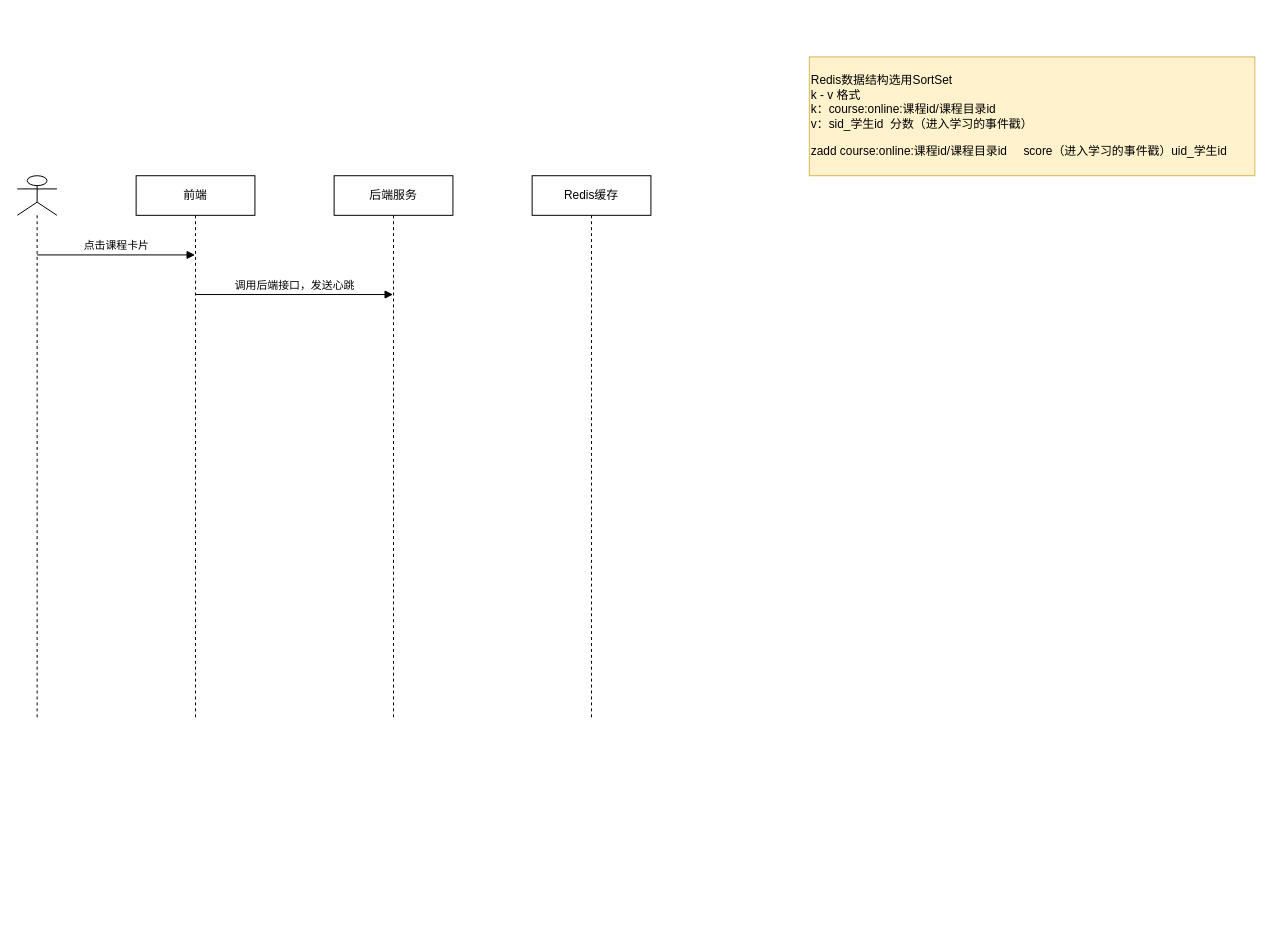
Above: 实时统计课程学习人数.drawio in niuxiaocong/knowledage-notes (draw.io), before the change. Source tidied: cells renumbered, new cells numbered last; positions are measured from the earlier drawing's top-left corner, leaving out a move shared by most shapes. Both pictures are drawn from the tidied source at 99%, with x=0, y=0 at pixel (17, 56).
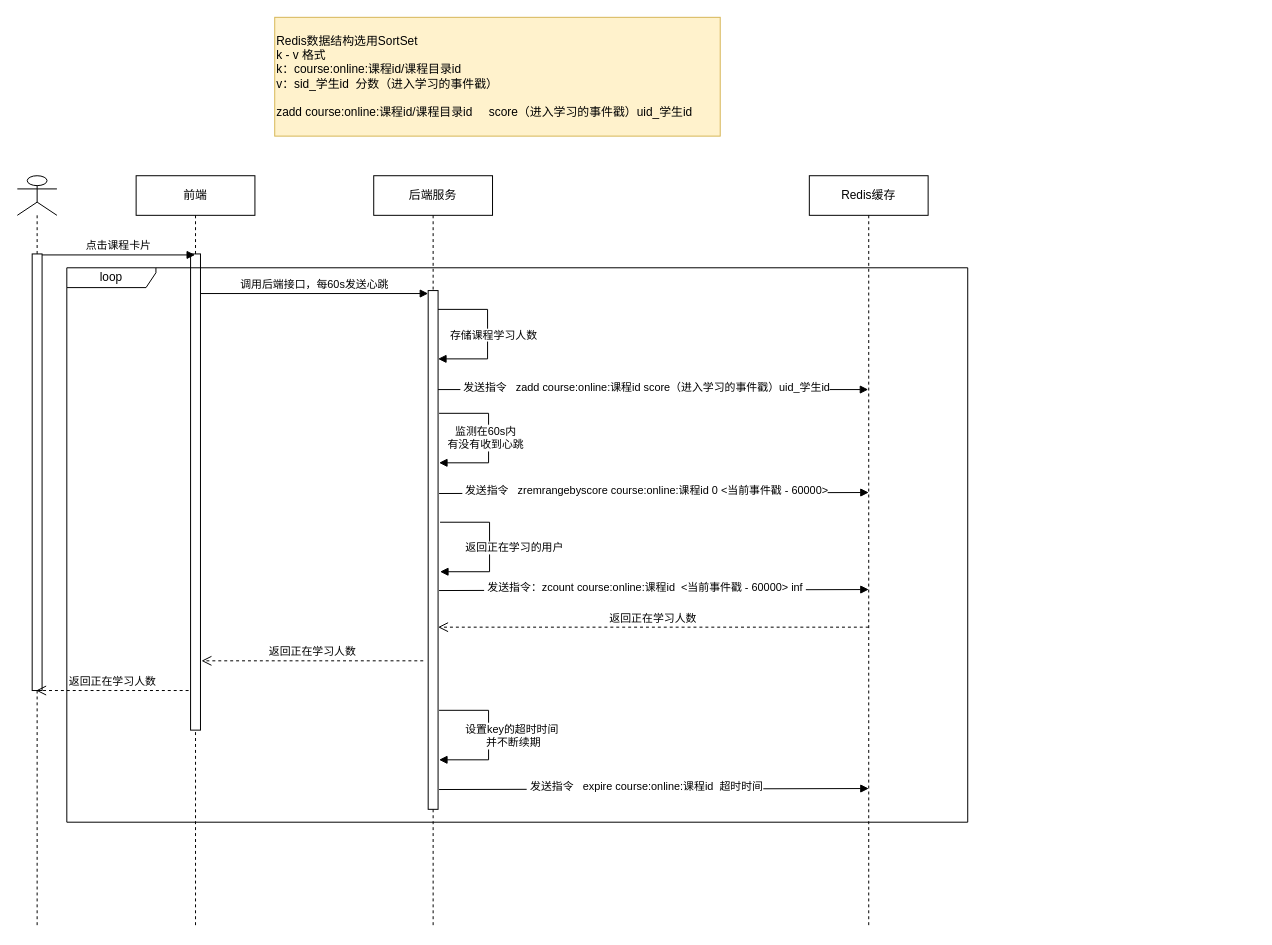
After the change.

Commit message (it also covers changes not shown here):
更新实时统计课程学习人数.drawio

The edit, as a diff of the source:
```diff
@@
     <mxCell id="2" value="前端" style="shape=umlLifeline;perimeter=lifelinePerimeter;whiteSpace=wrap;html=1;newEdgeStyle={&quot;curved&quot;:0,&quot;rounded&quot;:0};" parent="1" vertex="1">
-      <mxGeometry x="120" y="120" width="120" height="550" as="geometry" />
+      <mxGeometry x="120" y="120" width="120" height="760" as="geometry" />
     </mxCell>
+    <mxCell id="9" style="html=1;perimeter=orthogonalPerimeter;targetShapes=umlLifeline;newEdgeStyle={&quot;curved&quot;:0,&quot;rounded&quot;:0};" parent="2" vertex="1">
+      <mxGeometry x="55" y="79" width="10" height="481" as="geometry" />
+    </mxCell>
     <mxCell id="3" value="后端服务" style="shape=umlLifeline;perimeter=lifelinePerimeter;whiteSpace=wrap;html=1;outlineConnect=0;portConstraint=eastwest;newEdgeStyle={&quot;curved&quot;:0,&quot;rounded&quot;:0};" parent="1" vertex="1">
-      <mxGeometry x="320" y="120" width="120" height="550" as="geometry" />
+      <mxGeometry x="360" y="120" width="120" height="760" as="geometry" />
     </mxCell>
+    <mxCell id="10" style="html=1;points=[[0,0,0,0,5],[0,1,0,0,-5],[1,0,0,0,5],[1,1,0,0,-5]];perimeter=orthogonalPerimeter;outlineConnect=0;targetShapes=umlLifeline;portConstraint=eastwest;newEdgeStyle={&quot;curved&quot;:0,&quot;rounded&quot;:0};" parent="3" vertex="1">
+      <mxGeometry x="55" y="116" width="10" height="524" as="geometry" />
+    </mxCell>
     <mxCell id="4" value="Redis缓存" style="shape=umlLifeline;perimeter=lifelinePerimeter;whiteSpace=wrap;html=1;outlineConnect=0;portConstraint=eastwest;newEdgeStyle={&quot;curved&quot;:0,&quot;rounded&quot;:0};" parent="1" vertex="1">
-      <mxGeometry x="520" y="120" width="120" height="550" as="geometry" />
+      <mxGeometry x="800" y="120" width="120" height="760" as="geometry" />
     </mxCell>
     <mxCell id="5" style="shape=umlLifeline;perimeter=lifelinePerimeter;whiteSpace=wrap;html=1;newEdgeStyle={&quot;curved&quot;:0,&quot;rounded&quot;:0};participant=umlActor;" parent="1" vertex="1">
-      <mxGeometry y="120" width="40" height="550" as="geometry" />
+      <mxGeometry y="120" width="40" height="760" as="geometry" />
     </mxCell>
+    <mxCell id="11" style="html=1;points=[[0,0,0,0,5],[0,1,0,0,-5],[1,0,0,0,5],[1,1,0,0,-5]];perimeter=orthogonalPerimeter;outlineConnect=0;targetShapes=umlLifeline;portConstraint=eastwest;newEdgeStyle={&quot;curved&quot;:0,&quot;rounded&quot;:0};" parent="5" vertex="1">
+      <mxGeometry x="15" y="79" width="10" height="441" as="geometry" />
+    </mxCell>
-    <mxCell id="6" value="点击课程卡片" style="html=1;verticalAlign=bottom;endArrow=block;curved=0;rounded=0;" parent="1" edge="1">
+    <mxCell id="6" value="点击课程卡片" style="html=1;verticalAlign=bottom;endArrow=block;curved=0;rounded=0;" parent="1" edge="1" source="11">
       <mxGeometry relative="1" as="geometry">
-        <mxPoint x="20" y="200" as="sourcePoint" />
         <mxPoint x="179.5" y="200" as="targetPoint" />
       </mxGeometry>
     </mxCell>
-    <mxCell id="7" value="调用后端接口，发送心跳" style="html=1;verticalAlign=bottom;endArrow=block;curved=0;rounded=0;" parent="1" edge="1" target="3">
+    <mxCell id="7" value="调用后端接口，每60s发送心跳" style="html=1;verticalAlign=bottom;endArrow=block;curved=0;rounded=0;" parent="1" edge="1" target="10">
       <mxGeometry relative="1" as="geometry">
-        <mxPoint x="180" y="240" as="sourcePoint" />
+        <mxPoint x="185" y="239" as="sourcePoint" />
       </mxGeometry>
     </mxCell>
     <mxCell id="8" value="Redis数据结构选用SortSet&lt;br&gt;k - v 格式&lt;br&gt;k：course:online:课程id/课程目录id&lt;br&gt;v：sid_学生id&amp;nbsp; 分数（进入学习的事件戳）&lt;br&gt;&lt;br&gt;zadd course:online:课程id/课程目录id&amp;nbsp; &amp;nbsp; &amp;nbsp;score（进入学习的事件戳）uid_学生id&amp;nbsp;" style="html=1;whiteSpace=wrap;fillColor=#fff2cc;strokeColor=#d6b656;align=left;" parent="1" vertex="1">
-      <mxGeometry x="800" width="450" height="120" as="geometry" />
+      <mxGeometry x="260" y="-40" width="450" height="120" as="geometry" />
     </mxCell>
+    <mxCell id="12" style="html=1;align=left;spacingLeft=2;endArrow=block;rounded=0;edgeStyle=orthogonalEdgeStyle;curved=0;rounded=0;" parent="1" edge="1">
+      <mxGeometry relative="1" as="geometry">
+        <mxPoint x="425" y="255" as="sourcePoint" />
+        <mxPoint x="425" y="305" as="targetPoint" />
+        <Array as="points">
+          <mxPoint x="425" y="255" />
+          <mxPoint x="475" y="255" />
+          <mxPoint x="475" y="305" />
+        </Array>
+      </mxGeometry>
+    </mxCell>
+    <mxCell id="13" value="存储课程学习人数" style="edgeLabel;html=1;align=center;verticalAlign=middle;" parent="12" vertex="1">
+      <mxGeometry x="0.03" y="-1" relative="1" as="geometry">
+        <mxPoint x="6" y="-2" as="offset" />
+      </mxGeometry>
+    </mxCell>
+    <mxCell id="14" style="html=1;verticalAlign=bottom;endArrow=block;curved=0;rounded=0;" parent="1" edge="1" target="4">
+      <mxGeometry relative="1" as="geometry">
+        <mxPoint x="425" y="336" as="sourcePoint" />
+      </mxGeometry>
+    </mxCell>
+    <mxCell id="15" value="&amp;nbsp;发送指令&amp;nbsp; &amp;nbsp;zadd course:online:课程id score（进入学习的事件戳）uid_学生id" style="edgeLabel;html=1;align=center;verticalAlign=middle;" parent="14" vertex="1">
+      <mxGeometry x="-0.14" y="2" relative="1" as="geometry">
+        <mxPoint x="21" y="-1" as="offset" />
+      </mxGeometry>
+    </mxCell>
+    <mxCell id="16" style="html=1;align=left;spacingLeft=2;endArrow=block;rounded=0;edgeStyle=orthogonalEdgeStyle;curved=0;rounded=0;" parent="1" edge="1">
+      <mxGeometry relative="1" as="geometry">
+        <mxPoint x="426" y="360" as="sourcePoint" />
+        <mxPoint x="426" y="410" as="targetPoint" />
+        <Array as="points">
+          <mxPoint x="426" y="360" />
+          <mxPoint x="476" y="360" />
+          <mxPoint x="476" y="410" />
+        </Array>
+      </mxGeometry>
+    </mxCell>
+    <mxCell id="17" value="监测在60s内&lt;br&gt;有没有收到心跳" style="edgeLabel;html=1;align=center;verticalAlign=middle;" parent="16" vertex="1">
+      <mxGeometry x="-0.01" y="-4" relative="1" as="geometry" />
+    </mxCell>
+    <mxCell id="18" style="html=1;verticalAlign=bottom;endArrow=block;curved=0;rounded=0;" parent="1" edge="1">
+      <mxGeometry relative="1" as="geometry">
+        <mxPoint x="426" y="441" as="sourcePoint" />
+        <mxPoint x="860" y="440" as="targetPoint" />
+      </mxGeometry>
+    </mxCell>
+    <mxCell id="19" value="&amp;nbsp;发送指令&amp;nbsp; &amp;nbsp;zremrangebyscore course:online:课程id 0 &amp;lt;当前事件戳 - 60000&amp;gt;" style="edgeLabel;html=1;align=center;verticalAlign=middle;" parent="18" vertex="1">
+      <mxGeometry x="-0.14" y="2" relative="1" as="geometry">
+        <mxPoint x="21" y="-1" as="offset" />
+      </mxGeometry>
+    </mxCell>
+    <mxCell id="20" style="html=1;align=left;spacingLeft=2;endArrow=block;rounded=0;edgeStyle=orthogonalEdgeStyle;curved=0;rounded=0;" parent="1" edge="1">
+      <mxGeometry relative="1" as="geometry">
+        <mxPoint x="426" y="660" as="sourcePoint" />
+        <mxPoint x="426" y="710" as="targetPoint" />
+        <Array as="points">
+          <mxPoint x="426" y="660" />
+          <mxPoint x="476" y="660" />
+          <mxPoint x="476" y="710" />
+        </Array>
+      </mxGeometry>
+    </mxCell>
+    <mxCell id="21" value="设置key的超时时间&amp;nbsp;&lt;br&gt;并不断续期" style="edgeLabel;html=1;align=center;verticalAlign=middle;" parent="20" vertex="1">
+      <mxGeometry x="0.03" y="-1" relative="1" as="geometry">
+        <mxPoint x="25" y="-2" as="offset" />
+      </mxGeometry>
+    </mxCell>
+    <mxCell id="22" style="html=1;verticalAlign=bottom;endArrow=block;curved=0;rounded=0;" parent="1" edge="1">
+      <mxGeometry relative="1" as="geometry">
+        <mxPoint x="426" y="740" as="sourcePoint" />
+        <mxPoint x="860" y="739" as="targetPoint" />
+      </mxGeometry>
+    </mxCell>
+    <mxCell id="23" value="&amp;nbsp;发送指令&amp;nbsp; &amp;nbsp;expire course:online:课程id&amp;nbsp; 超时时间" style="edgeLabel;html=1;align=center;verticalAlign=middle;" parent="22" vertex="1">
+      <mxGeometry x="-0.14" y="2" relative="1" as="geometry">
+        <mxPoint x="21" y="-1" as="offset" />
+      </mxGeometry>
+    </mxCell>
+    <mxCell id="24" style="html=1;align=left;spacingLeft=2;endArrow=block;rounded=0;edgeStyle=orthogonalEdgeStyle;curved=0;rounded=0;" parent="1" edge="1">
+      <mxGeometry relative="1" as="geometry">
+        <mxPoint x="427" y="470" as="sourcePoint" />
+        <mxPoint x="427" y="520" as="targetPoint" />
+        <Array as="points">
+          <mxPoint x="427" y="470" />
+          <mxPoint x="477" y="470" />
+          <mxPoint x="477" y="520" />
+        </Array>
+      </mxGeometry>
+    </mxCell>
+    <mxCell id="25" value="返回正在学习的用户" style="edgeLabel;html=1;align=center;verticalAlign=middle;" parent="24" vertex="1">
+      <mxGeometry x="0.03" y="-1" relative="1" as="geometry">
+        <mxPoint x="25" y="-2" as="offset" />
+      </mxGeometry>
+    </mxCell>
+    <mxCell id="26" style="html=1;verticalAlign=bottom;endArrow=block;curved=0;rounded=0;" parent="1" edge="1">
+      <mxGeometry relative="1" as="geometry">
+        <mxPoint x="426" y="539" as="sourcePoint" />
+        <mxPoint x="860" y="538" as="targetPoint" />
+      </mxGeometry>
+    </mxCell>
+    <mxCell id="27" value="&amp;nbsp;发送指令：zcount course:online:课程id&amp;nbsp; &amp;lt;当前事件戳 - 60000&amp;gt; inf&amp;nbsp;" style="edgeLabel;html=1;align=center;verticalAlign=middle;" parent="26" vertex="1">
+      <mxGeometry x="-0.14" y="2" relative="1" as="geometry">
+        <mxPoint x="21" y="-1" as="offset" />
+      </mxGeometry>
+    </mxCell>
+    <mxCell id="28" value="返回正在学习人数" style="html=1;verticalAlign=bottom;endArrow=open;dashed=1;endSize=8;curved=0;rounded=0;" parent="1" edge="1">
+      <mxGeometry relative="1" as="geometry">
+        <mxPoint x="860" y="576" as="sourcePoint" />
+        <mxPoint x="425" y="576" as="targetPoint" />
+      </mxGeometry>
+    </mxCell>
+    <mxCell id="29" value="返回正在学习人数" style="html=1;verticalAlign=bottom;endArrow=open;dashed=1;endSize=8;curved=0;rounded=0;" parent="1" edge="1">
+      <mxGeometry relative="1" as="geometry">
+        <mxPoint x="410" y="610" as="sourcePoint" />
+        <mxPoint x="186" y="610" as="targetPoint" />
+      </mxGeometry>
+    </mxCell>
+    <mxCell id="30" value="返回正在学习人数" style="html=1;verticalAlign=bottom;endArrow=open;dashed=1;endSize=8;curved=0;rounded=0;" parent="1" edge="1">
+      <mxGeometry relative="1" as="geometry">
+        <mxPoint x="173" y="640" as="sourcePoint" />
+        <mxPoint x="19" y="640" as="targetPoint" />
+      </mxGeometry>
+    </mxCell>
+    <mxCell id="31" value="loop" style="shape=umlFrame;whiteSpace=wrap;html=1;width=90;height=20;" parent="1" vertex="1">
+      <mxGeometry x="50" y="213" width="910" height="560" as="geometry" />
+    </mxCell>
```
